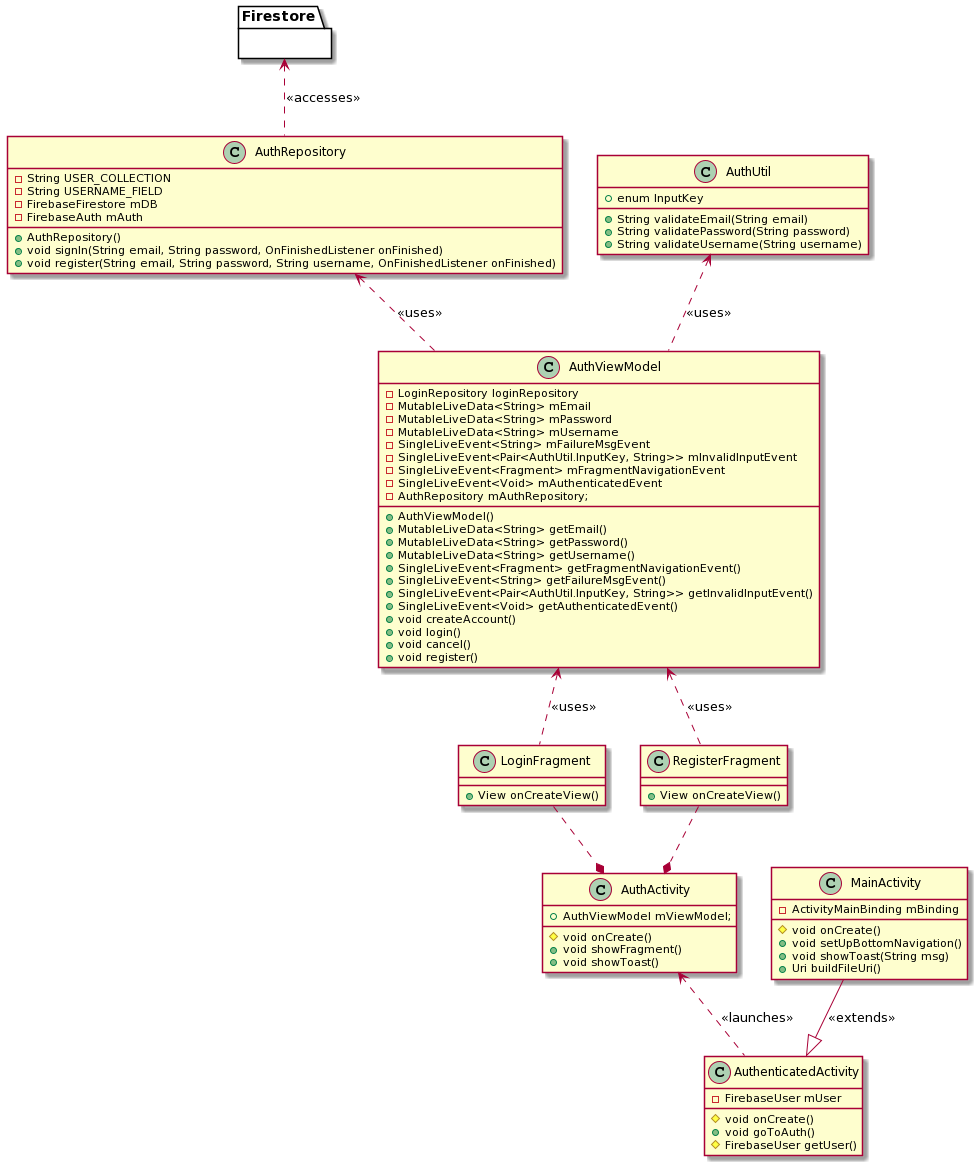
Before: doc/UML/Auth_updated.png, a diagram exported from PlantUML (CMPUT301F20T24/Unlibrary). Source of this version:
```plantuml
@startuml
class AuthActivity {
+AuthViewModel mViewModel;
#void onCreate()
+void showFragment()
+void showToast()
}

class LoginFragment {
+View onCreateView()
}

class RegisterFragment {
+View onCreateView()
}

class MainActivity {
-ActivityMainBinding mBinding
#void onCreate()
+void setUpBottomNavigation()
+void showToast(String msg)
+Uri buildFileUri()
}

class AuthenticatedActivity {
-FirebaseUser mUser
#void onCreate()
+void goToAuth()
#FirebaseUser getUser()
}

MainActivity --|> AuthenticatedActivity: <<extends>>
AuthActivity <.. AuthenticatedActivity: <<launches>>
LoginFragment ..* AuthActivity
RegisterFragment ..* AuthActivity

class AuthViewModel {
-LoginRepository loginRepository
-MutableLiveData<String> mEmail
-MutableLiveData<String> mPassword
-MutableLiveData<String> mUsername
-SingleLiveEvent<String> mFailureMsgEvent
-SingleLiveEvent<Pair<AuthUtil.InputKey, String>> mInvalidInputEvent
-SingleLiveEvent<Fragment> mFragmentNavigationEvent
-SingleLiveEvent<Void> mAuthenticatedEvent
-AuthRepository mAuthRepository;

+AuthViewModel()
+MutableLiveData<String> getEmail()
+MutableLiveData<String> getPassword()
+MutableLiveData<String> getUsername()
+SingleLiveEvent<Fragment> getFragmentNavigationEvent()
+SingleLiveEvent<String> getFailureMsgEvent()
+SingleLiveEvent<Pair<AuthUtil.InputKey, String>> getInvalidInputEvent()
+SingleLiveEvent<Void> getAuthenticatedEvent()
+void createAccount()
+void login()
+void cancel()
+void register()
}

class AuthRepository {
-String USER_COLLECTION
-String USERNAME_FIELD
-FirebaseFirestore mDB
-FirebaseAuth mAuth

+AuthRepository()
+void signIn(String email, String password, OnFinishedListener onFinished)
+void register(String email, String password, String username, OnFinishedListener onFinished)
}

class AuthUtil{
+enum InputKey

+String validateEmail(String email)
+String validatePassword(String password)
+String validateUsername(String username)
}

package Firestore {}

Firestore <.. AuthRepository: <<accesses>>
AuthRepository <.. AuthViewModel: <<uses>>
AuthViewModel <.. LoginFragment: <<uses>>
AuthViewModel <.. RegisterFragment: <<uses>>
AuthUtil <.. AuthViewModel: <<uses>>
@enduml
```
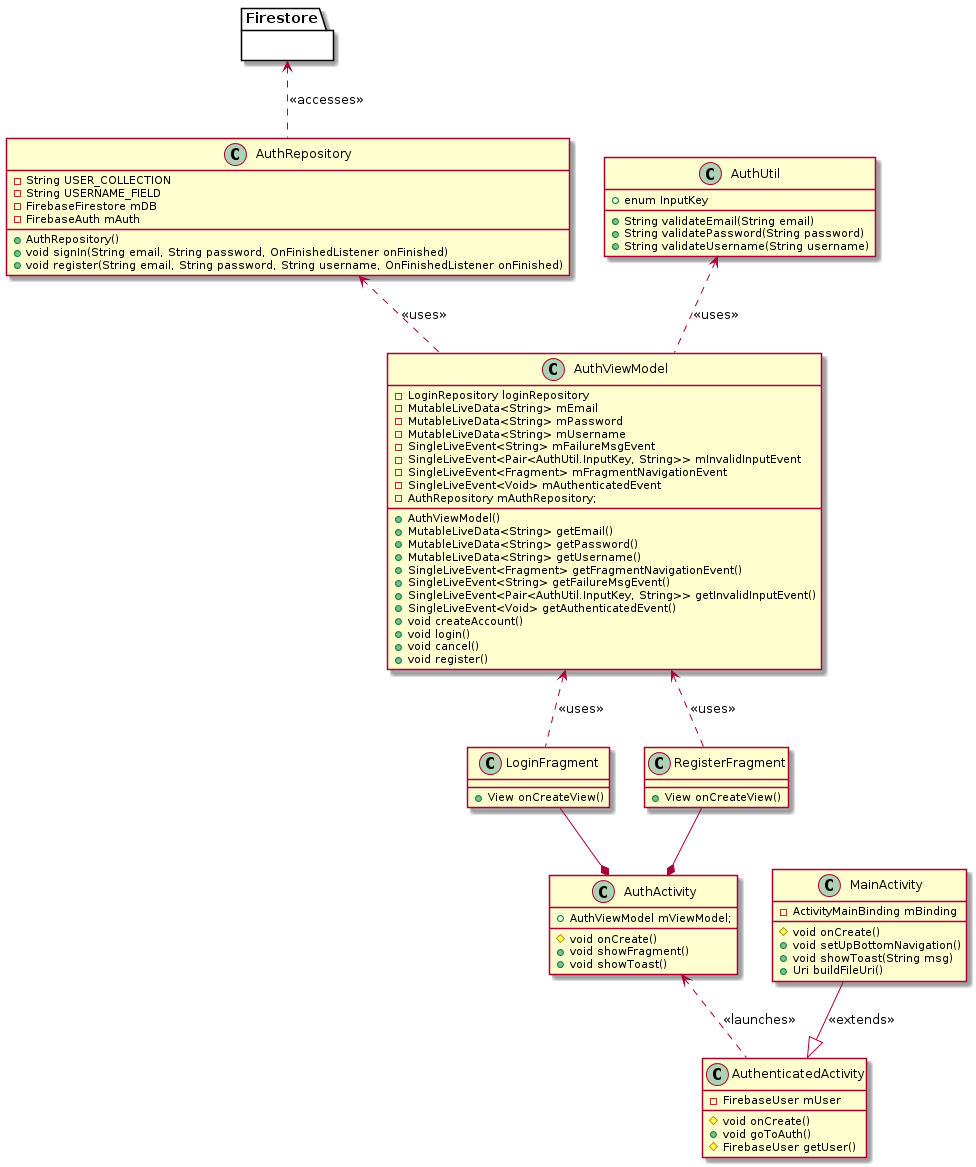
The same file after the commit.

Change to the diagram source:
```diff
@@ -1,4 +1,5 @@
 @startuml
+
 class AuthActivity {
 +AuthViewModel mViewModel;
 #void onCreate()
@@ -31,8 +32,8 @@
 
 MainActivity --|> AuthenticatedActivity: <<extends>>
 AuthActivity <.. AuthenticatedActivity: <<launches>>
-LoginFragment ..* AuthActivity
-RegisterFragment ..* AuthActivity
+LoginFragment --* AuthActivity
+RegisterFragment --* AuthActivity
 
 class AuthViewModel {
 -LoginRepository loginRepository
```
